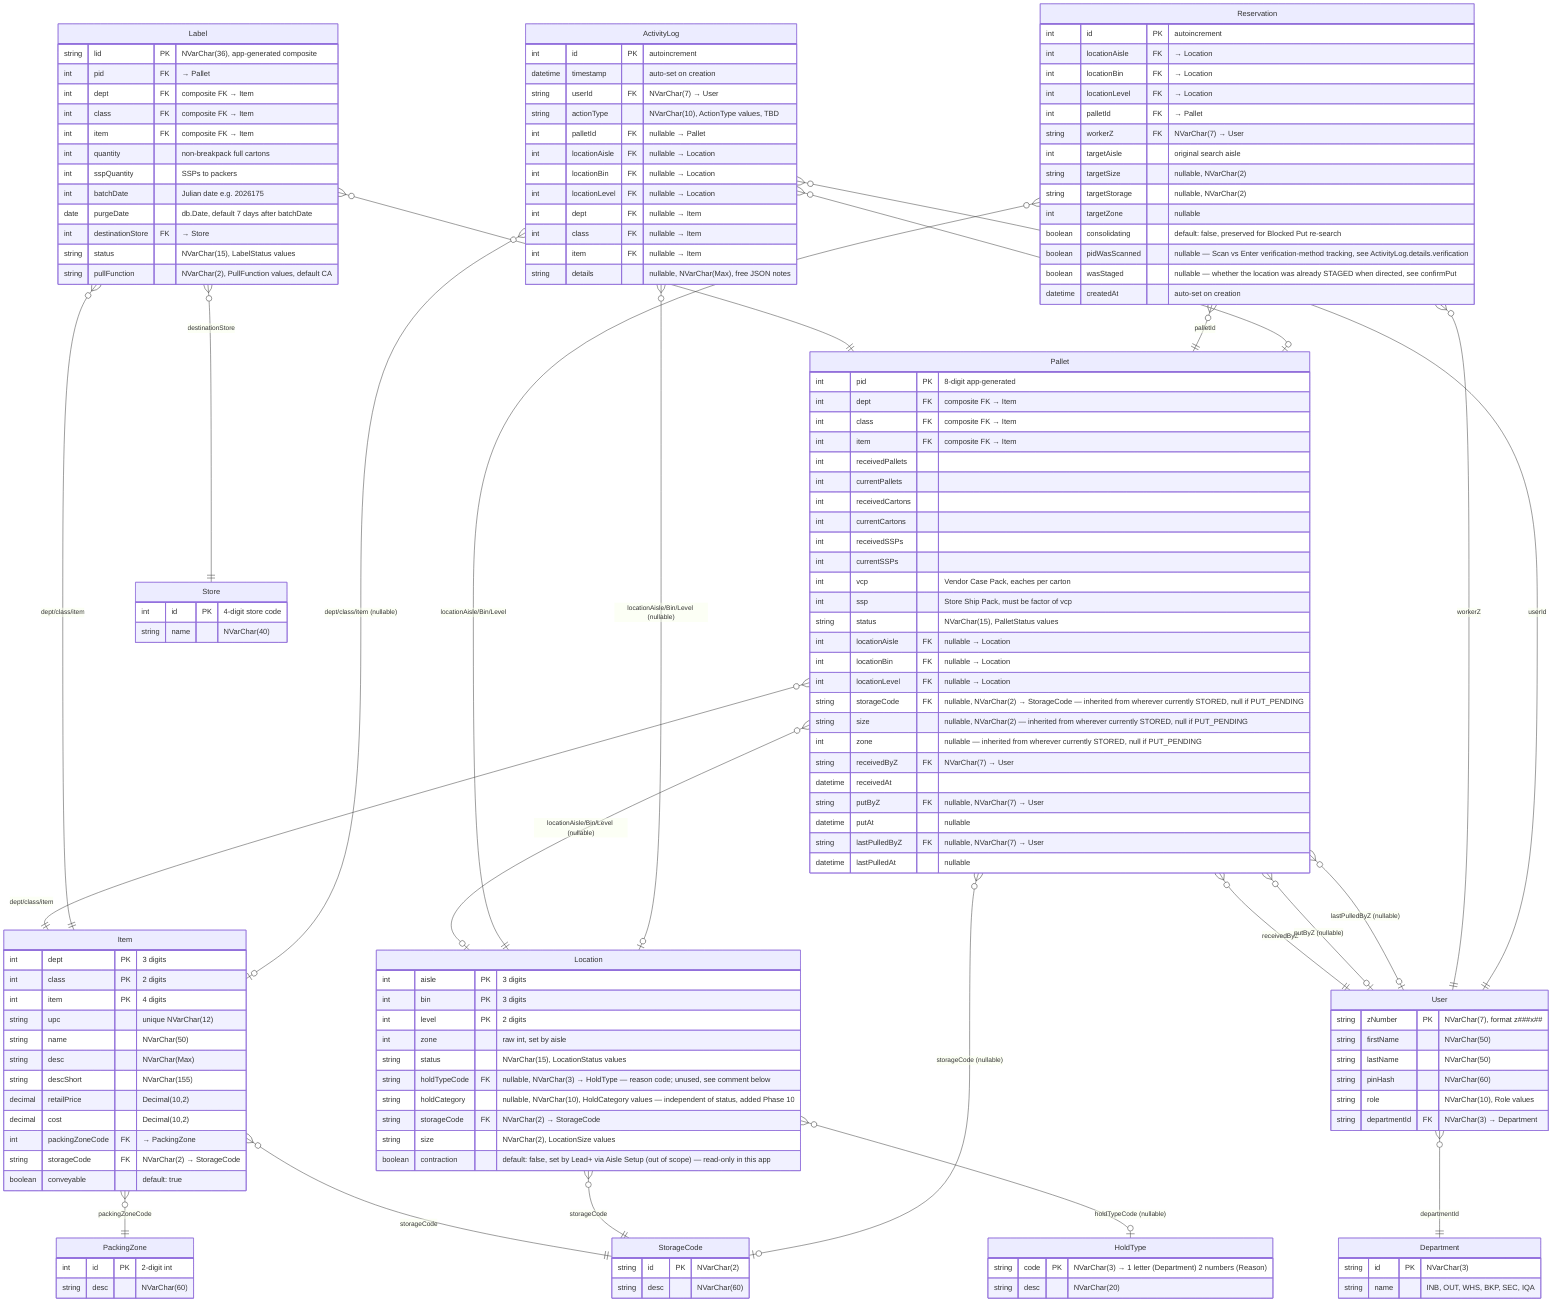
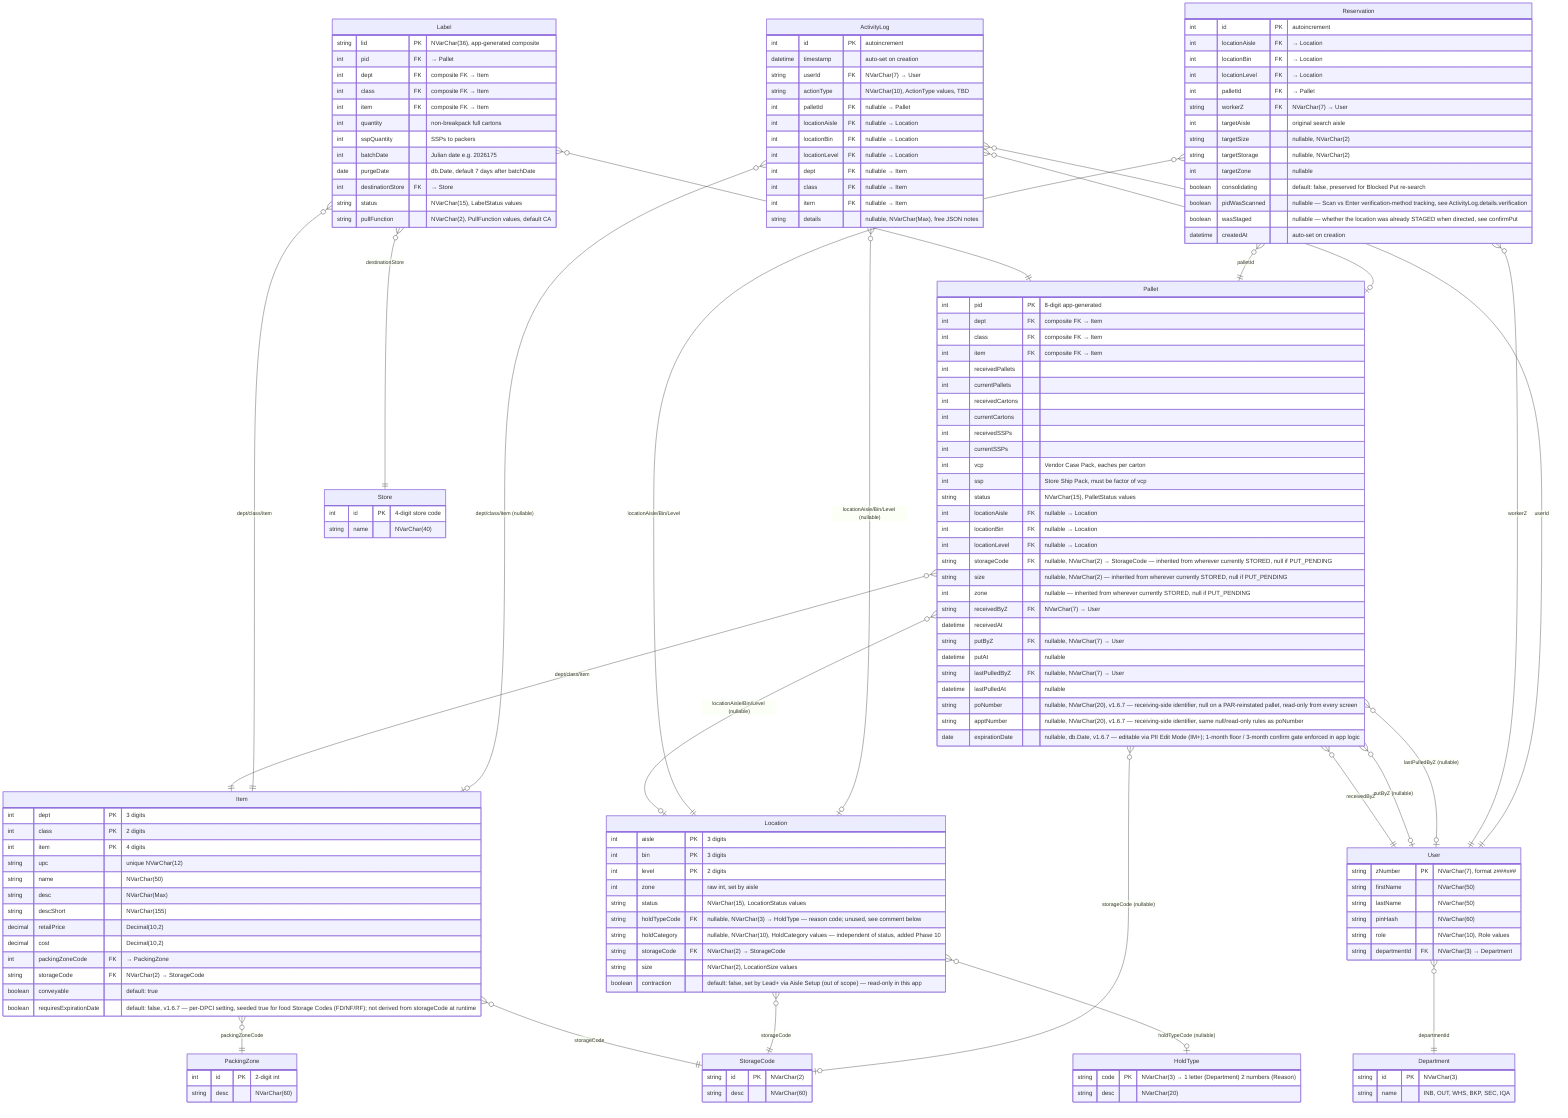
erDiagram

    %% ============================================================
    %% COMPOSITE PRIMARY KEYS (Prisma @@id — not expressible in ERD)
    %% ============================================================
    %% Item:     @@id([dept, class, item], name: "DPCI")
    %% Location: @@id([aisle, bin, level], name: "LocationID")
    %% ============================================================
    %% ENUMS — stored as NVarChar strings (Prisma v7 SQL Server does not support enum blocks)
    %% LocationStatus: EMPTY, STORED, PULL_PENDING, RESERVED, STAGED                                           → NVarChar(15)
    %% HoldCategory:   HOLD_IN, HOLD_OUT, HOLD_BOTH, HOLD_PERM (Location.holdCategory, independent of status)   → NVarChar(10)
    %% LocationSize:   XS, HS, S, M, L                                                                         → NVarChar(2)
    %% PalletStatus:   PUT_PENDING, STORED, PULL_PENDING, PULLED, CANCELED, CONSOLIDATED (open — expand as needed) → NVarChar(15)
    %% LabelStatus:    AVAILABLE, PRINTED, PULLED, DIVERTED, CANCELED, PURGED                                  → NVarChar(15)
    %% PullFunction:   CA (Carton Air), CF (Carton Floor), FP (Full Pallet), BK (Bulk/level-0, not in demo)   → NVarChar(2)
    %% Role:           ADMIN, MANAGER, LEAD, IM, WORKER                                                        → NVarChar(10)
    %% ActionType:     EDIT_PAL, PULL, RESERVE, PUT, UNASSIGN, BLOCK_PUT, RES_TMOUT, MNP_SCAN, STAGE, RESTAGE,
    %%                 HOLD_PLACE, HOLD_CLEAR, REINSTATE                                                       → NVarChar(10)
    %% ============================================================
    %% BUSINESS RULES
    %% SSP must be a factor of VCP (enforced in app logic, not schema)
    %% LID format: {storeCode(1-4)}{DPCI(9)}{pid(8)}{random(8)}{batchDate(7)} = NVarChar(36)
    %% DPCI(9) is zero-padded: dept(3) + class(2) + item(4)
    %% pid: app-generated 8-digit Int with collision check
    %% zNumber format: z###x## (z + 3 digits + 1 letter + 2 digits) = NVarChar(7)
    %% PurgeDate defaults to 7 days after batchDate, set at label creation in app logic
    %% Status change to PURGED triggered in app logic on purge date
    %% ActionType enum must be defined and expanded as features are built
    %% Location.holdTypeCode (reason-code FK) is unpopulated — WLH.md states the reason
    %% code is written only to ActivityLog.details, never stored as a column (Phase 10)
    %% ============================================================

    Item {
        int dept PK "3 digits"
        int class PK "2 digits"
        int item PK "4 digits"
        string upc "unique NVarChar(12)"
        string name "NVarChar(50)"
        string desc "NVarChar(Max)"
        string descShort "NVarChar(155)"
        decimal retailPrice "Decimal(10,2)"
        decimal cost "Decimal(10,2)"
        int packingZoneCode FK "→ PackingZone"
        string storageCode FK "NVarChar(2) → StorageCode"
        boolean conveyable "default: true"
+         boolean requiresExpirationDate "default: false, v1.6.7 — per-DPCI setting, seeded true for food Storage Codes (FD/NF/RF); not derived from storageCode at runtime"
    }

    PackingZone {
        int id PK "2-digit int"
        string desc "NVarChar(60)"
    }

    StorageCode {
        string id PK "NVarChar(2)"
        string desc "NVarChar(60)"
    }

    Location {
        int aisle PK "3 digits"
        int bin PK "3 digits"
        int level PK "2 digits"
        int zone "raw int, set by aisle"
        string status "NVarChar(15), LocationStatus values"
        string holdTypeCode FK "nullable, NVarChar(3) → HoldType — reason code; unused, see comment below"
        string holdCategory "nullable, NVarChar(10), HoldCategory values — independent of status, added Phase 10"
        string storageCode FK "NVarChar(2) → StorageCode"
        string size "NVarChar(2), LocationSize values"
        boolean contraction "default: false, set by Lead+ via Aisle Setup (out of scope) — read-only in this app"
    }

    HoldType {
        string code PK "NVarChar(3) → 1 letter (Department) 2 numbers (Reason)"
        string desc "NVarChar(20)"
    }

    Pallet {
        int pid PK "8-digit app-generated"
        int dept FK "composite FK → Item"
        int class FK "composite FK → Item"
        int item FK "composite FK → Item"
        int receivedPallets
        int currentPallets
        int receivedCartons
        int currentCartons
        int receivedSSPs
        int currentSSPs
        int vcp "Vendor Case Pack, eaches per carton"
        int ssp "Store Ship Pack, must be factor of vcp"
        string status "NVarChar(15), PalletStatus values"
        int locationAisle FK "nullable → Location"
        int locationBin FK "nullable → Location"
        int locationLevel FK "nullable → Location"
        string storageCode FK "nullable, NVarChar(2) → StorageCode — inherited from wherever currently STORED, null if PUT_PENDING"
        string size "nullable, NVarChar(2) — inherited from wherever currently STORED, null if PUT_PENDING"
        int zone "nullable — inherited from wherever currently STORED, null if PUT_PENDING"
        string receivedByZ FK "NVarChar(7) → User"
        datetime receivedAt
        string putByZ FK "nullable, NVarChar(7) → User"
        datetime putAt "nullable"
        string lastPulledByZ FK "nullable, NVarChar(7) → User"
        datetime lastPulledAt "nullable"
+         string poNumber "nullable, NVarChar(20), v1.6.7 — receiving-side identifier, null on a PAR-reinstated pallet, read-only from every screen"
+         string apptNumber "nullable, NVarChar(20), v1.6.7 — receiving-side identifier, same null/read-only rules as poNumber"
+         date expirationDate "nullable, db.Date, v1.6.7 — editable via PII Edit Mode (IM+); 1-month floor / 3-month confirm gate enforced in app logic"
    }

    Label {
        string lid PK "NVarChar(36), app-generated composite"
        int pid FK "→ Pallet"
        int dept FK "composite FK → Item"
        int class FK "composite FK → Item"
        int item FK "composite FK → Item"
        int quantity "non-breakpack full cartons"
        int sspQuantity "SSPs to packers"
        int batchDate "Julian date e.g. 2026175"
        date purgeDate "db.Date, default 7 days after batchDate"
        int destinationStore FK "→ Store"
        string status "NVarChar(15), LabelStatus values"
        string pullFunction "NVarChar(2), PullFunction values, default CA"
    }

    Store {
        int id PK "4-digit store code"
        string name "NVarChar(40)"
    }

    User {
        string zNumber PK "NVarChar(7), format z###x##"
        string firstName "NVarChar(50)"
        string lastName "NVarChar(50)"
        string pinHash "NVarChar(60)"
        string role "NVarChar(10), Role values"
        string departmentId FK "NVarChar(3) → Department"
    }

    Department {
        string id PK "NVarChar(3)"
        string name "INB, OUT, WHS, BKP, SEC, IQA"
    }

    Reservation {
        int id PK "autoincrement"
        int locationAisle FK "→ Location"
        int locationBin FK "→ Location"
        int locationLevel FK "→ Location"
        int palletId FK "→ Pallet"
        string workerZ FK "NVarChar(7) → User"
        int targetAisle "original search aisle"
        string targetSize "nullable, NVarChar(2)"
        string targetStorage "nullable, NVarChar(2)"
        int targetZone "nullable"
        boolean consolidating "default: false, preserved for Blocked Put re-search"
        boolean pidWasScanned "nullable — Scan vs Enter verification-method tracking, see ActivityLog.details.verification"
        boolean wasStaged "nullable — whether the location was already STAGED when directed, see confirmPut"
        datetime createdAt "auto-set on creation"
    }

    ActivityLog {
        int id PK "autoincrement"
        datetime timestamp "auto-set on creation"
        string userId FK "NVarChar(7) → User"
        string actionType "NVarChar(10), ActionType values, TBD"
        int palletId FK "nullable → Pallet"
        int locationAisle FK "nullable → Location"
        int locationBin FK "nullable → Location"
        int locationLevel FK "nullable → Location"
        int dept FK "nullable → Item"
        int class FK "nullable → Item"
        int item FK "nullable → Item"
        string details "nullable, NVarChar(Max), free JSON notes"
    }

    %% ============================================================
    %% RELATIONS
    %% ============================================================

    Item }o--|| PackingZone : "packingZoneCode"
    Item }o--|| StorageCode : "storageCode"

    Location }o--o| HoldType : "holdTypeCode (nullable)"
    Location }o--|| StorageCode : "storageCode"

    Pallet }o--|| Item : "dept/class/item"
    Pallet }o--o| Location : "locationAisle/Bin/Level (nullable)"
    Pallet }o--o| StorageCode : "storageCode (nullable)"
    Pallet }o--|| User : "receivedByZ"
    Pallet }o--o| User : "putByZ (nullable)"
    Pallet }o--o| User : "lastPulledByZ (nullable)"

    Label }o--|| Pallet : "pid"
    Label }o--|| Item : "dept/class/item"
    Label }o--|| Store : "destinationStore"

    User }o--|| Department : "departmentId"

    Reservation }o--|| Location : "locationAisle/Bin/Level"
    Reservation }o--|| Pallet : "palletId"
    Reservation }o--|| User : "workerZ"

    ActivityLog }o--|| User : "userId"
    ActivityLog }o--o| Pallet : "palletId (nullable)"
    ActivityLog }o--o| Location : "locationAisle/Bin/Level (nullable)"
    ActivityLog }o--o| Item : "dept/class/item (nullable)"
